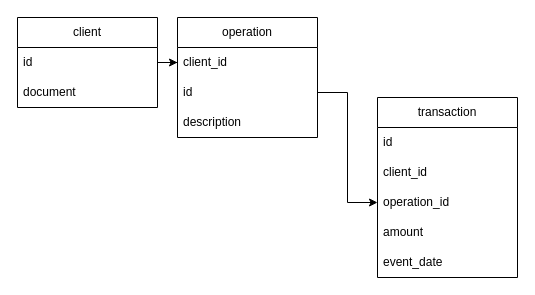
This is docs/model/BankApiModelling.drawio from LulianoM/bank-api, a draw.io file, before an edit. Source tidied: cells renumbered, new cells numbered last; positions are measured from the earlier drawing's top-left corner, leaving out a move shared by most shapes. Both pictures are drawn from the tidied source at 100%, with x=0, y=0 at pixel (17, 17).
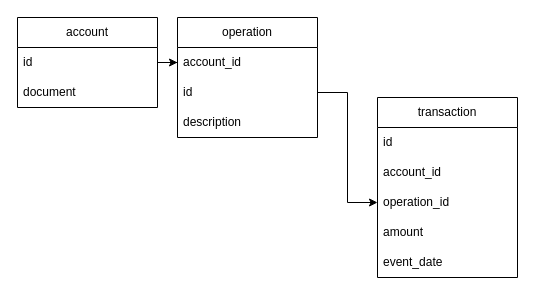
The same page after the edit.

Commit message (it also covers changes not shown here):
feat: new model account

Diff of the diagram source:
```diff
@@
 <mxGraphModel>
   <root>
     <mxCell id="0" />
     <mxCell id="1" parent="0" />
-    <mxCell id="2" value="client" style="swimlane;fontStyle=0;horizontal=1;startSize=30;whiteSpace=wrap;html=1;" parent="1" vertex="1">
+    <mxCell id="2" value="account" style="swimlane;fontStyle=0;horizontal=1;startSize=30;whiteSpace=wrap;html=1;" parent="1" vertex="1">
       <mxGeometry width="140" height="90" as="geometry" />
     </mxCell>
     <mxCell id="3" value="id" style="text;strokeColor=none;fillColor=none;align=left;verticalAlign=middle;spacingLeft=4;spacingRight=4;overflow=hidden;points=[[0,0.5],[1,0.5]];portConstraint=eastwest;whiteSpace=wrap;html=1;" parent="2" vertex="1">
       <mxGeometry y="30" width="140" height="30" as="geometry" />
     </mxCell>
     <mxCell id="4" value="document" style="text;strokeColor=none;fillColor=none;align=left;verticalAlign=middle;spacingLeft=4;spacingRight=4;overflow=hidden;whiteSpace=wrap;html=1;" parent="2" vertex="1">
       <mxGeometry y="60" width="140" height="30" as="geometry" />
     </mxCell>
     <mxCell id="5" value="operation" style="swimlane;fontStyle=0;horizontal=1;startSize=30;whiteSpace=wrap;html=1;" parent="1" vertex="1">
       <mxGeometry x="160" width="140" height="120" as="geometry" />
     </mxCell>
-    <mxCell id="6" value="client_id" style="text;strokeColor=none;fillColor=none;align=left;verticalAlign=middle;spacingLeft=4;spacingRight=4;overflow=hidden;points=[[0,0.5],[1,0.5]];portConstraint=eastwest;whiteSpace=wrap;html=1;" parent="5" vertex="1">
+    <mxCell id="6" value="account_id" style="text;strokeColor=none;fillColor=none;align=left;verticalAlign=middle;spacingLeft=4;spacingRight=4;overflow=hidden;points=[[0,0.5],[1,0.5]];portConstraint=eastwest;whiteSpace=wrap;html=1;" parent="5" vertex="1">
       <mxGeometry y="30" width="140" height="30" as="geometry" />
     </mxCell>
     <mxCell id="7" value="id" style="text;strokeColor=none;fillColor=none;align=left;verticalAlign=middle;spacingLeft=4;spacingRight=4;overflow=hidden;points=[[0,0.5],[1,0.5]];portConstraint=eastwest;whiteSpace=wrap;html=1;" parent="5" vertex="1">
       <mxGeometry y="60" width="140" height="30" as="geometry" />
     </mxCell>
     <mxCell id="8" value="description" style="text;strokeColor=none;fillColor=none;align=left;verticalAlign=middle;spacingLeft=4;spacingRight=4;overflow=hidden;whiteSpace=wrap;html=1;" parent="5" vertex="1">
       <mxGeometry y="90" width="140" height="30" as="geometry" />
     </mxCell>
     <mxCell id="9" style="edgeStyle=orthogonalEdgeStyle;rounded=0;jettySize=auto;html=1;entryX=0;entryY=0.5;entryDx=0;entryDy=0;" parent="1" edge="1" source="3" target="6">
       <mxGeometry relative="1" as="geometry" />
     </mxCell>
     <mxCell id="10" value="transaction" style="swimlane;fontStyle=0;horizontal=1;startSize=30;whiteSpace=wrap;html=1;" parent="1" vertex="1">
       <mxGeometry x="360" y="80" width="140" height="180" as="geometry" />
     </mxCell>
     <mxCell id="11" value="id" style="text;strokeColor=none;fillColor=none;align=left;verticalAlign=middle;spacingLeft=4;spacingRight=4;overflow=hidden;whiteSpace=wrap;html=1;" parent="10" vertex="1">
       <mxGeometry y="30" width="140" height="30" as="geometry" />
     </mxCell>
-    <mxCell id="12" value="client_id" style="text;strokeColor=none;fillColor=none;align=left;verticalAlign=middle;spacingLeft=4;spacingRight=4;overflow=hidden;whiteSpace=wrap;html=1;" parent="10" vertex="1">
+    <mxCell id="12" value="account_id" style="text;strokeColor=none;fillColor=none;align=left;verticalAlign=middle;spacingLeft=4;spacingRight=4;overflow=hidden;whiteSpace=wrap;html=1;" parent="10" vertex="1">
       <mxGeometry y="60" width="140" height="30" as="geometry" />
     </mxCell>
     <mxCell id="13" value="operation_id" style="text;strokeColor=none;fillColor=none;align=left;verticalAlign=middle;spacingLeft=4;spacingRight=4;overflow=hidden;points=[[0,0.5],[1,0.5]];portConstraint=eastwest;whiteSpace=wrap;html=1;" parent="10" vertex="1">
       <mxGeometry y="90" width="140" height="30" as="geometry" />
     </mxCell>
     <mxCell id="14" value="amount" style="text;strokeColor=none;fillColor=none;align=left;verticalAlign=middle;spacingLeft=4;spacingRight=4;overflow=hidden;whiteSpace=wrap;html=1;" parent="10" vertex="1">
       <mxGeometry y="120" width="140" height="30" as="geometry" />
     </mxCell>
     <mxCell id="15" value="event_date" style="text;strokeColor=none;fillColor=none;align=left;verticalAlign=middle;spacingLeft=4;spacingRight=4;overflow=hidden;whiteSpace=wrap;html=1;" parent="10" vertex="1">
       <mxGeometry y="150" width="140" height="30" as="geometry" />
     </mxCell>
     <mxCell id="16" style="edgeStyle=orthogonalEdgeStyle;rounded=0;jettySize=auto;html=1;entryX=0;entryY=0.5;entryDx=0;entryDy=0;" parent="1" edge="1" source="7" target="13">
       <mxGeometry relative="1" as="geometry" />
     </mxCell>
   </root>
 </mxGraphModel>
```
